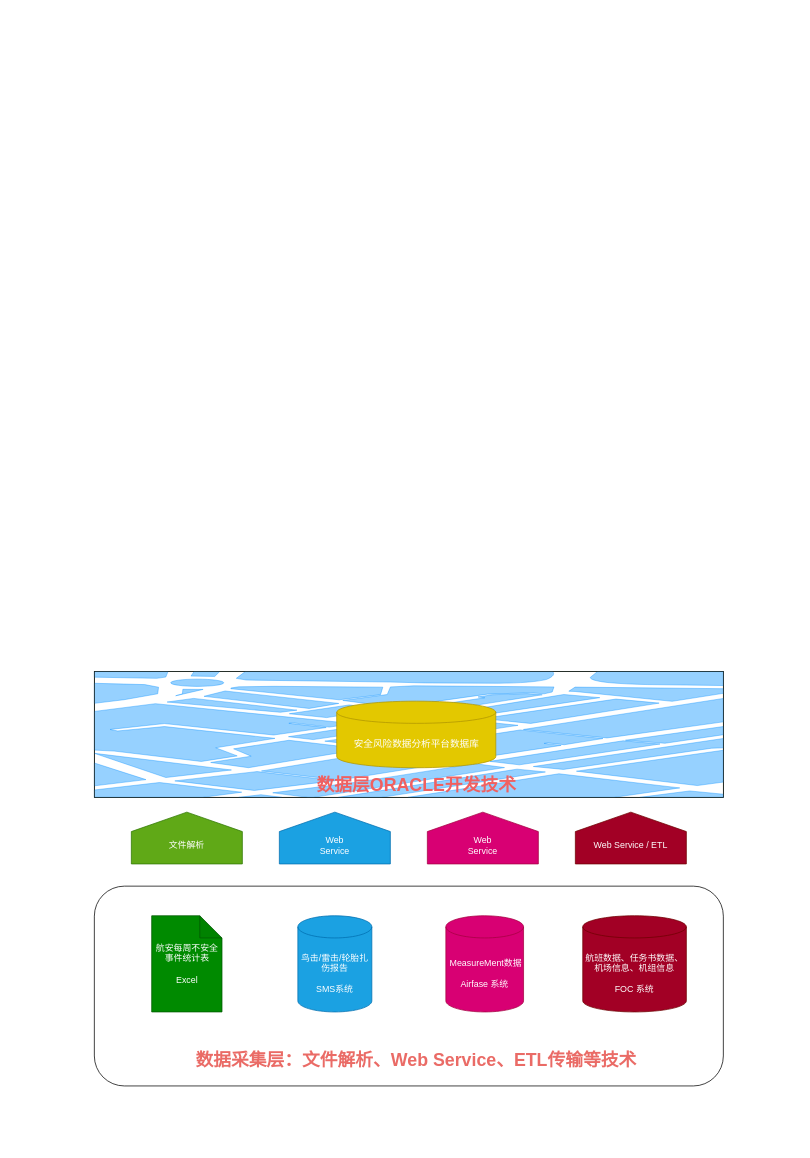
Earlier version of the draw.io diagram 未命名绘图.drawio (newjacket/-). Source tidied: cells renumbered, new cells numbered last; positions are measured from the earlier drawing's top-left corner, leaving out a move shared by most shapes. Both pictures are drawn from the tidied source at 74%, with x=0, y=0 at pixel (94, 671). Pictures stored in the file or linked from it are replaced by grey dashed boxes.
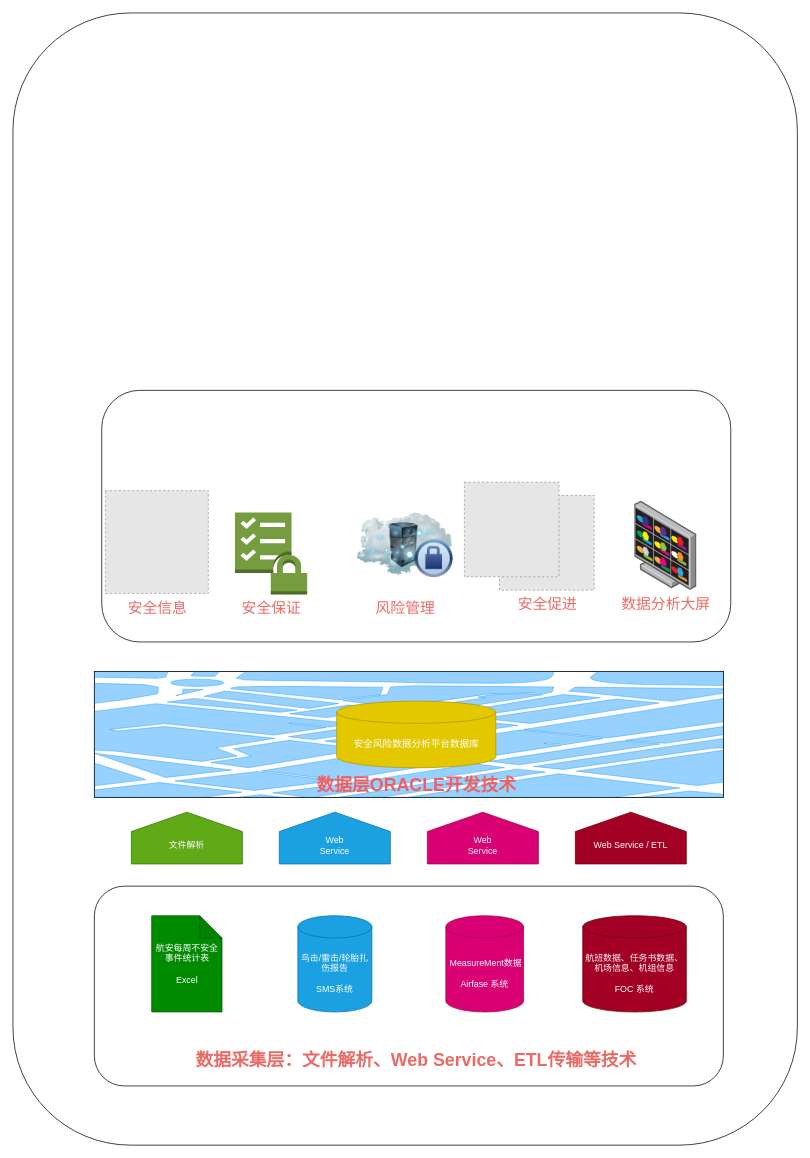
Above is the later version.

Commit message (it also covers changes not shown here):
更新未命名绘图.drawio

The edit, as a diff of the source:
```diff
@@
+    <mxCell id="19" style="rounded=1;whiteSpace=wrap;html=1;" parent="1" vertex="1">
+      <mxGeometry x="-110" y="-890" width="1060" height="1530" as="geometry" />
+    </mxCell>
@@
+    <mxCell id="20" style="rounded=1;whiteSpace=wrap;html=1;" parent="1" vertex="1">
+      <mxGeometry x="10" y="-380" width="850" height="340" as="geometry" />
+    </mxCell>
+    <mxCell id="21" value="安全信息" style="fillColor=#E6E6E6;strokeColor=#999999;dashed=1;html=1;verticalAlign=top;verticalLabelPosition=bottom;labelBackgroundColor=#ffffff;fontSize=20;fontColor=#EA6B66;" parent="1" vertex="1">
+      <mxGeometry x="15" y="-244.5" width="139" height="139" as="geometry" />
+    </mxCell>
+    <mxCell id="22" value="数据分析大屏" style="image;html=1;align=center;shadow=0;dashed=0;image=img/lib/allied_telesis/security/DVS_Surveillance_Monitor.svg;fontSize=20;fontColor=#EA6B66;" parent="1" vertex="1">
+      <mxGeometry x="730" y="-230.3" width="84.2" height="120.3" as="geometry" />
+    </mxCell>
+    <mxCell id="23" value="&lt;font style=&quot;font-size: 20px;&quot; color=&quot;#ea6b66&quot;&gt;安全保证&lt;/font&gt;" style="dashed=0;verticalLabelPosition=bottom;verticalAlign=top;align=center;html=1;shape=mxgraph.aws3.checklist_security;fillColor=#759C3E;gradientColor=none;" parent="1" vertex="1">
+      <mxGeometry x="190" y="-215" width="97.6" height="111" as="geometry" />
+    </mxCell>
+    <mxCell id="24" value="&lt;font color=&quot;#ea6b66&quot; style=&quot;font-size: 20px;&quot;&gt;风险管理&lt;/font&gt;" style="image;html=1;image=img/lib/clip_art/networking/Cloud_Rack_Private_128x128.png;imageBackground=default;" parent="1" vertex="1">
+      <mxGeometry x="355" y="-235.5" width="130" height="130" as="geometry" />
+    </mxCell>
+    <mxCell id="25" style="group;" parent="1" vertex="1">
+      <mxGeometry x="500" y="-256" width="175.5" height="146" as="geometry" />
+    </mxCell>
+    <mxCell id="26" value="&lt;font style=&quot;font-size: 20px;&quot; color=&quot;#ea6b66&quot;&gt;安全促进&lt;/font&gt;" style="fillColor=#E6E6E6;strokeColor=#999999;dashed=1;html=1;verticalAlign=top;verticalLabelPosition=bottom;labelBackgroundColor=#ffffff;" parent="25" vertex="1">
+      <mxGeometry x="47.5" y="18" width="128" height="128" as="geometry" />
+    </mxCell>
+    <mxCell id="27" style="fillColor=#E6E6E6;strokeColor=#999999;dashed=1;html=1;verticalAlign=top;verticalLabelPosition=bottom;labelBackgroundColor=#ffffff;" parent="25" vertex="1">
+      <mxGeometry width="128" height="128" as="geometry" />
+    </mxCell>
```
